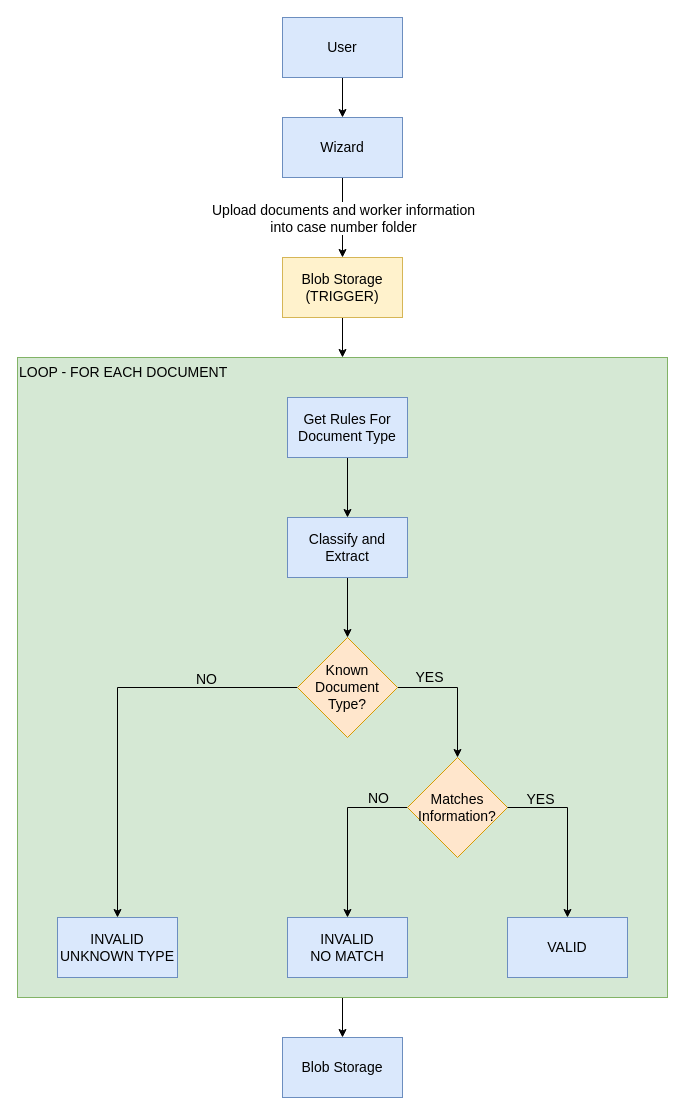
Above: page "Wave 9 and 10. Flow Diagram" (13 of 13) of AI.drawio in user11081980/temp (draw.io), before the change. Source tidied: cells renumbered, new cells numbered last; positions are measured from the earlier drawing's top-left corner, leaving out a move shared by most shapes. Both pictures are drawn from the tidied source at 100%, with x=0, y=0 at pixel (17, 17).
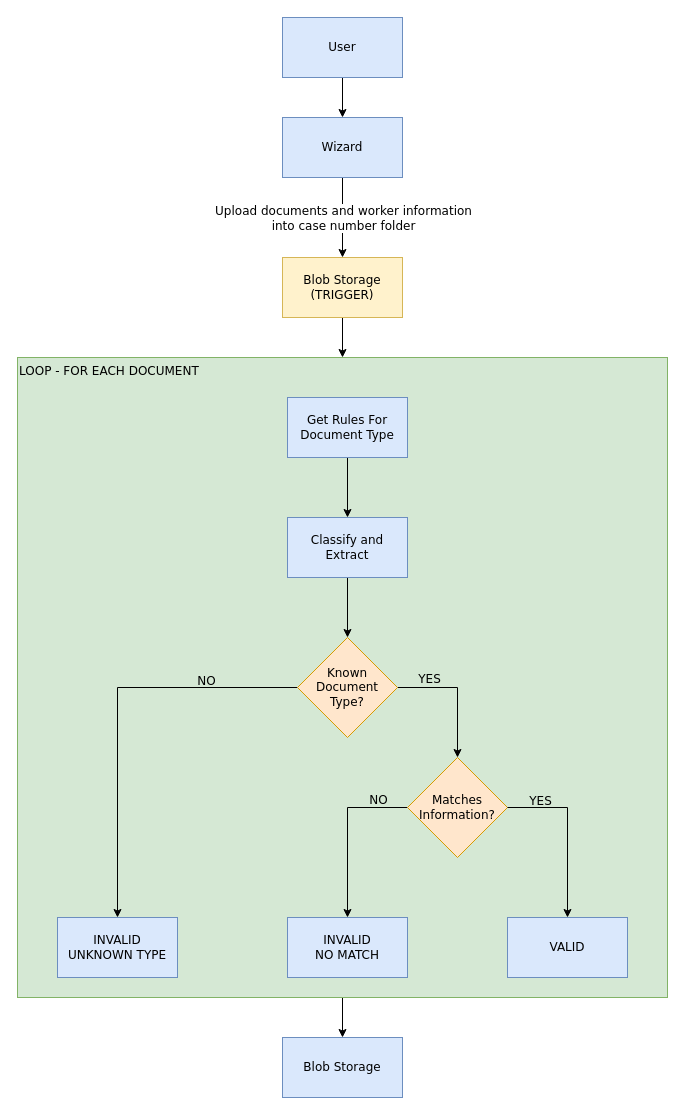
The same page after the edit.

Change to the diagram source:
```diff
@@
-    <mxCell id="2" style="edgeStyle=orthogonalEdgeStyle;rounded=0;jettySize=auto;html=1;entryX=0.5;entryY=0;entryDx=0;entryDy=0;fontFamily=Calibri;fontSize=14;" parent="1" edge="1" source="3" target="26">
+    <mxCell id="2" style="edgeStyle=orthogonalEdgeStyle;rounded=0;jettySize=auto;html=1;entryX=0.5;entryY=0;entryDx=0;entryDy=0;fontFamily=Verdana;fontSize=12;" parent="1" edge="1" source="3" target="26">
       <mxGeometry relative="1" as="geometry" />
     </mxCell>
-    <mxCell id="3" value="LOOP - FOR EACH DOCUMENT" style="rounded=0;whiteSpace=wrap;html=1;fillColor=#d5e8d4;verticalAlign=top;align=left;strokeColor=#82b366;fontFamily=Calibri;fontSize=14;" parent="1" vertex="1">
+    <mxCell id="3" value="LOOP - FOR EACH DOCUMENT" style="rounded=0;whiteSpace=wrap;html=1;fillColor=#d5e8d4;verticalAlign=top;align=left;strokeColor=#82b366;fontFamily=Verdana;fontSize=12;" parent="1" vertex="1">
       <mxGeometry y="340" width="650" height="640" as="geometry" />
     </mxCell>
-    <mxCell id="4" style="edgeStyle=orthogonalEdgeStyle;rounded=0;jettySize=auto;html=1;exitX=0.5;exitY=1;exitDx=0;exitDy=0;entryX=0.5;entryY=0;entryDx=0;entryDy=0;fontFamily=Calibri;fontSize=14;" parent="1" edge="1" source="6" target="8">
+    <mxCell id="4" style="edgeStyle=orthogonalEdgeStyle;rounded=0;jettySize=auto;html=1;exitX=0.5;exitY=1;exitDx=0;exitDy=0;entryX=0.5;entryY=0;entryDx=0;entryDy=0;fontFamily=Verdana;fontSize=12;" parent="1" edge="1" source="6" target="8">
       <mxGeometry relative="1" as="geometry" />
     </mxCell>
-    <mxCell id="5" value="&lt;font&gt;Upload documents and worker information&lt;/font&gt;&lt;div&gt;&lt;font&gt;into case number folder&lt;/font&gt;&lt;/div&gt;" style="edgeLabel;html=1;align=center;verticalAlign=middle;labelPosition=center;verticalLabelPosition=middle;fontFamily=Calibri;fontSize=14;" parent="4" vertex="1">
+    <mxCell id="5" value="&lt;font&gt;Upload documents and worker information&lt;/font&gt;&lt;div&gt;&lt;font&gt;into case number folder&lt;/font&gt;&lt;/div&gt;" style="edgeLabel;html=1;align=center;verticalAlign=middle;labelPosition=center;verticalLabelPosition=middle;fontFamily=Verdana;fontSize=12;" parent="4" vertex="1">
       <mxGeometry relative="1" as="geometry" />
     </mxCell>
-    <mxCell id="6" value="Wizard" style="rounded=0;whiteSpace=wrap;html=1;fillColor=#dae8fc;strokeColor=#6c8ebf;fontFamily=Calibri;fontSize=14;" parent="1" vertex="1">
+    <mxCell id="6" value="Wizard" style="rounded=0;whiteSpace=wrap;html=1;fillColor=#dae8fc;strokeColor=#6c8ebf;fontFamily=Verdana;fontSize=12;" parent="1" vertex="1">
       <mxGeometry x="265" y="100" width="120" height="60" as="geometry" />
     </mxCell>
-    <mxCell id="7" style="edgeStyle=orthogonalEdgeStyle;rounded=0;jettySize=auto;html=1;entryX=0.5;entryY=0;entryDx=0;entryDy=0;fontFamily=Calibri;fontSize=14;" parent="1" edge="1" source="8" target="3">
+    <mxCell id="7" style="edgeStyle=orthogonalEdgeStyle;rounded=0;jettySize=auto;html=1;entryX=0.5;entryY=0;entryDx=0;entryDy=0;fontFamily=Verdana;fontSize=12;" parent="1" edge="1" source="8" target="3">
       <mxGeometry relative="1" as="geometry" />
     </mxCell>
-    <mxCell id="8" value="Blob Storage&lt;br&gt;(TRIGGER)" style="rounded=0;whiteSpace=wrap;html=1;fillColor=#fff2cc;strokeColor=#d6b656;fontFamily=Calibri;fontSize=14;" parent="1" vertex="1">
+    <mxCell id="8" value="Blob Storage&lt;br&gt;(TRIGGER)" style="rounded=0;whiteSpace=wrap;html=1;fillColor=#fff2cc;strokeColor=#d6b656;fontFamily=Verdana;fontSize=12;" parent="1" vertex="1">
       <mxGeometry x="265" y="240" width="120" height="60" as="geometry" />
     </mxCell>
-    <mxCell id="9" style="edgeStyle=orthogonalEdgeStyle;rounded=0;jettySize=auto;html=1;entryX=0.5;entryY=0;entryDx=0;entryDy=0;fontFamily=Calibri;fontSize=14;" parent="1" edge="1" source="10" target="20">
+    <mxCell id="9" style="edgeStyle=orthogonalEdgeStyle;rounded=0;jettySize=auto;html=1;entryX=0.5;entryY=0;entryDx=0;entryDy=0;fontFamily=Verdana;fontSize=12;" parent="1" edge="1" source="10" target="20">
       <mxGeometry relative="1" as="geometry" />
     </mxCell>
-    <mxCell id="10" value="Get Rules F&lt;span style=&quot;background-color: transparent; color: light-dark(rgb(0, 0, 0), rgb(255, 255, 255));&quot;&gt;or Document Type&lt;/span&gt;" style="rounded=0;whiteSpace=wrap;html=1;fillColor=#dae8fc;strokeColor=#6c8ebf;fontFamily=Calibri;fontSize=14;" parent="1" vertex="1">
+    <mxCell id="10" value="Get Rules F&lt;span style=&quot;background-color: transparent; color: light-dark(rgb(0, 0, 0), rgb(255, 255, 255));&quot;&gt;or Document Type&lt;/span&gt;" style="rounded=0;whiteSpace=wrap;html=1;fillColor=#dae8fc;strokeColor=#6c8ebf;fontFamily=Verdana;fontSize=12;" parent="1" vertex="1">
       <mxGeometry x="270" y="380" width="120" height="60" as="geometry" />
     </mxCell>
-    <mxCell id="11" style="edgeStyle=orthogonalEdgeStyle;rounded=0;jettySize=auto;html=1;entryX=0.5;entryY=0;entryDx=0;entryDy=0;fontFamily=Calibri;fontSize=14;" parent="1" edge="1" source="15" target="21">
+    <mxCell id="11" style="edgeStyle=orthogonalEdgeStyle;rounded=0;jettySize=auto;html=1;entryX=0.5;entryY=0;entryDx=0;entryDy=0;fontFamily=Verdana;fontSize=12;" parent="1" edge="1" source="15" target="21">
       <mxGeometry relative="1" as="geometry" />
     </mxCell>
-    <mxCell id="12" value="NO" style="edgeLabel;html=1;align=center;verticalAlign=bottom;labelBackgroundColor=none;fontSize=14;fontFamily=Calibri;" parent="11" vertex="1">
+    <mxCell id="12" value="NO" style="edgeLabel;html=1;align=center;verticalAlign=bottom;labelBackgroundColor=none;fontSize=12;fontFamily=Verdana;" parent="11" vertex="1">
       <mxGeometry x="-0.55" y="2" relative="1" as="geometry" />
     </mxCell>
-    <mxCell id="13" style="edgeStyle=orthogonalEdgeStyle;rounded=0;jettySize=auto;html=1;fontFamily=Calibri;fontSize=14;" parent="1" edge="1" source="15" target="18">
+    <mxCell id="13" style="edgeStyle=orthogonalEdgeStyle;rounded=0;jettySize=auto;html=1;fontFamily=Verdana;fontSize=12;" parent="1" edge="1" source="15" target="18">
       <mxGeometry relative="1" as="geometry" />
     </mxCell>
-    <mxCell id="14" value="YES" style="edgeLabel;html=1;align=center;verticalAlign=bottom;labelBackgroundColor=none;fontSize=14;fontFamily=Calibri;" parent="13" vertex="1">
+    <mxCell id="14" value="YES" style="edgeLabel;html=1;align=center;verticalAlign=bottom;labelBackgroundColor=none;fontSize=12;fontFamily=Verdana;" parent="13" vertex="1">
       <mxGeometry x="-0.52" relative="1" as="geometry" />
     </mxCell>
-    <mxCell id="15" value="Known Document Type?" style="rhombus;whiteSpace=wrap;html=1;fillColor=#ffe6cc;strokeColor=#d79b00;fontFamily=Calibri;fontSize=14;" parent="1" vertex="1">
+    <mxCell id="15" value="Known Document Type?" style="rhombus;whiteSpace=wrap;html=1;fillColor=#ffe6cc;strokeColor=#d79b00;fontFamily=Verdana;fontSize=12;" parent="1" vertex="1">
       <mxGeometry x="280" y="620" width="100" height="100" as="geometry" />
     </mxCell>
-    <mxCell id="16" style="edgeStyle=orthogonalEdgeStyle;rounded=0;jettySize=auto;html=1;exitX=0;exitY=0.5;exitDx=0;exitDy=0;fontFamily=Calibri;fontSize=14;" parent="1" edge="1" source="18" target="22">
+    <mxCell id="16" style="edgeStyle=orthogonalEdgeStyle;rounded=0;jettySize=auto;html=1;exitX=0;exitY=0.5;exitDx=0;exitDy=0;fontFamily=Verdana;fontSize=12;" parent="1" edge="1" source="18" target="22">
       <mxGeometry relative="1" as="geometry" />
     </mxCell>
-    <mxCell id="17" value="NO" style="edgeLabel;html=1;align=center;verticalAlign=bottom;labelBackgroundColor=none;fontSize=14;fontFamily=Calibri;" parent="16" vertex="1">
+    <mxCell id="17" value="NO" style="edgeLabel;html=1;align=center;verticalAlign=bottom;labelBackgroundColor=none;fontSize=12;fontFamily=Verdana;" parent="16" vertex="1">
       <mxGeometry x="-0.65" y="1" relative="1" as="geometry" />
     </mxCell>
-    <mxCell id="18" value="Matches Information?" style="rhombus;whiteSpace=wrap;html=1;fillColor=#ffe6cc;strokeColor=#d79b00;fontFamily=Calibri;fontSize=14;" parent="1" vertex="1">
+    <mxCell id="18" value="Matches Information?" style="rhombus;whiteSpace=wrap;html=1;fillColor=#ffe6cc;strokeColor=#d79b00;fontFamily=Verdana;fontSize=12;" parent="1" vertex="1">
       <mxGeometry x="390" y="740" width="100" height="100" as="geometry" />
     </mxCell>
-    <mxCell id="19" style="edgeStyle=orthogonalEdgeStyle;rounded=0;jettySize=auto;html=1;entryX=0.5;entryY=0;entryDx=0;entryDy=0;fontFamily=Calibri;fontSize=14;" parent="1" edge="1" source="20" target="15">
+    <mxCell id="19" style="edgeStyle=orthogonalEdgeStyle;rounded=0;jettySize=auto;html=1;entryX=0.5;entryY=0;entryDx=0;entryDy=0;fontFamily=Verdana;fontSize=12;" parent="1" edge="1" source="20" target="15">
       <mxGeometry relative="1" as="geometry" />
     </mxCell>
-    <mxCell id="20" value="Classify and Extract" style="rounded=0;whiteSpace=wrap;html=1;fillColor=#dae8fc;strokeColor=#6c8ebf;fontFamily=Calibri;fontSize=14;" parent="1" vertex="1">
+    <mxCell id="20" value="Classify and Extract" style="rounded=0;whiteSpace=wrap;html=1;fillColor=#dae8fc;strokeColor=#6c8ebf;fontFamily=Verdana;fontSize=12;" parent="1" vertex="1">
       <mxGeometry x="270" y="500" width="120" height="60" as="geometry" />
     </mxCell>
-    <mxCell id="21" value="INVALID&lt;br&gt;UNKNOWN TYPE" style="rounded=0;whiteSpace=wrap;html=1;fillColor=#dae8fc;strokeColor=#6c8ebf;fontFamily=Calibri;fontSize=14;" parent="1" vertex="1">
+    <mxCell id="21" value="INVALID&lt;br&gt;UNKNOWN TYPE" style="rounded=0;whiteSpace=wrap;html=1;fillColor=#dae8fc;strokeColor=#6c8ebf;fontFamily=Verdana;fontSize=12;" parent="1" vertex="1">
       <mxGeometry x="40" y="900" width="120" height="60" as="geometry" />
     </mxCell>
-    <mxCell id="22" value="INVALID&lt;br&gt;NO MATCH" style="rounded=0;whiteSpace=wrap;html=1;fillColor=#dae8fc;strokeColor=#6c8ebf;fontFamily=Calibri;fontSize=14;" parent="1" vertex="1">
+    <mxCell id="22" value="INVALID&lt;br&gt;NO MATCH" style="rounded=0;whiteSpace=wrap;html=1;fillColor=#dae8fc;strokeColor=#6c8ebf;fontFamily=Verdana;fontSize=12;" parent="1" vertex="1">
       <mxGeometry x="270" y="900" width="120" height="60" as="geometry" />
     </mxCell>
-    <mxCell id="23" style="edgeStyle=orthogonalEdgeStyle;rounded=0;jettySize=auto;html=1;exitX=1;exitY=0.5;exitDx=0;exitDy=0;fontFamily=Calibri;fontSize=14;" parent="1" edge="1" source="18" target="25">
+    <mxCell id="23" style="edgeStyle=orthogonalEdgeStyle;rounded=0;jettySize=auto;html=1;exitX=1;exitY=0.5;exitDx=0;exitDy=0;fontFamily=Verdana;fontSize=12;" parent="1" edge="1" source="18" target="25">
       <mxGeometry relative="1" as="geometry" />
     </mxCell>
-    <mxCell id="24" value="YES" style="edgeLabel;html=1;align=center;verticalAlign=bottom;labelBackgroundColor=none;fontSize=14;fontFamily=Calibri;" parent="23" vertex="1">
+    <mxCell id="24" value="YES" style="edgeLabel;html=1;align=center;verticalAlign=bottom;labelBackgroundColor=none;fontSize=12;fontFamily=Verdana;" parent="23" vertex="1">
       <mxGeometry x="-0.62" y="-2" relative="1" as="geometry" />
     </mxCell>
-    <mxCell id="25" value="VALID" style="rounded=0;whiteSpace=wrap;html=1;fillColor=#dae8fc;strokeColor=#6c8ebf;fontFamily=Calibri;fontSize=14;" parent="1" vertex="1">
+    <mxCell id="25" value="VALID" style="rounded=0;whiteSpace=wrap;html=1;fillColor=#dae8fc;strokeColor=#6c8ebf;fontFamily=Verdana;fontSize=12;" parent="1" vertex="1">
       <mxGeometry x="490" y="900" width="120" height="60" as="geometry" />
     </mxCell>
-    <mxCell id="26" value="Blob Storage" style="rounded=0;whiteSpace=wrap;html=1;fillColor=#dae8fc;strokeColor=#6c8ebf;fontFamily=Calibri;fontSize=14;" parent="1" vertex="1">
+    <mxCell id="26" value="Blob Storage" style="rounded=0;whiteSpace=wrap;html=1;fillColor=#dae8fc;strokeColor=#6c8ebf;fontFamily=Verdana;fontSize=12;" parent="1" vertex="1">
       <mxGeometry x="265" y="1020" width="120" height="60" as="geometry" />
     </mxCell>
-    <mxCell id="27" style="edgeStyle=orthogonalEdgeStyle;rounded=0;jettySize=auto;html=1;entryX=0.5;entryY=0;entryDx=0;entryDy=0;fontFamily=Calibri;fontSize=14;" parent="1" edge="1" source="28" target="6">
+    <mxCell id="27" style="edgeStyle=orthogonalEdgeStyle;rounded=0;jettySize=auto;html=1;entryX=0.5;entryY=0;entryDx=0;entryDy=0;fontFamily=Verdana;fontSize=12;" parent="1" edge="1" source="28" target="6">
       <mxGeometry relative="1" as="geometry" />
     </mxCell>
-    <mxCell id="28" value="User" style="rounded=0;whiteSpace=wrap;html=1;fillColor=#dae8fc;strokeColor=#6c8ebf;fontFamily=Calibri;fontSize=14;" parent="1" vertex="1">
+    <mxCell id="28" value="User" style="rounded=0;whiteSpace=wrap;html=1;fillColor=#dae8fc;strokeColor=#6c8ebf;fontFamily=Verdana;fontSize=12;" parent="1" vertex="1">
       <mxGeometry x="265" width="120" height="60" as="geometry" />
     </mxCell>
```
